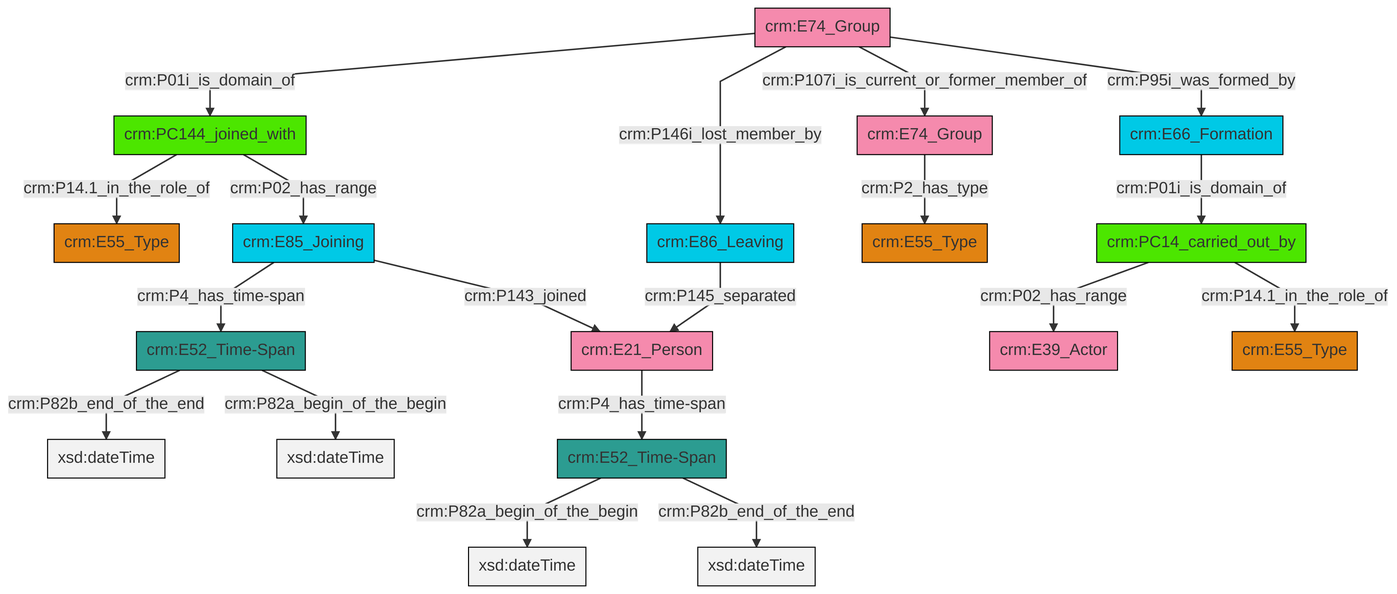
swiss-art-research-net/reference-data-models keeps this Mermaid diagram as et/groupCSV/ttl/mmd/png/group_actor_relations.png. Above is the earlier version. Its source is kept beside it as et/groupCSV/ttl/mmd/group_actor_relations.ttl.mmd.
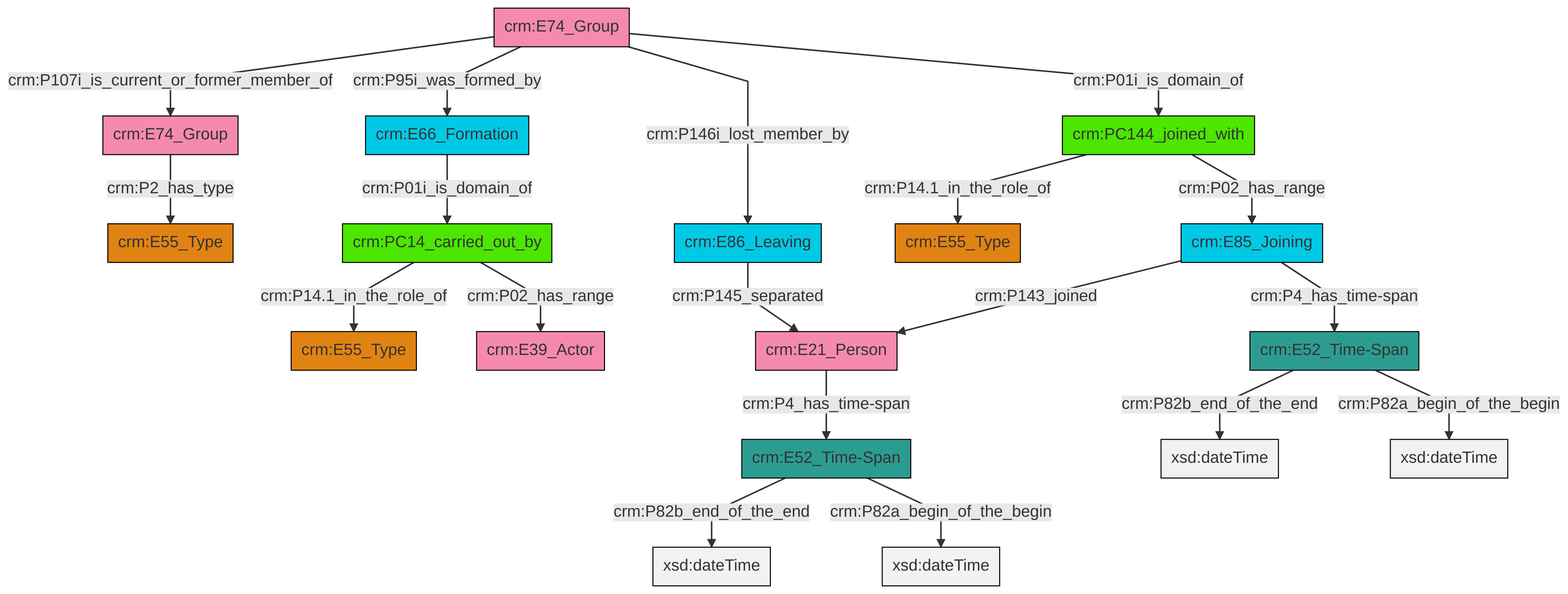
After the commit.

The edit, as a diff of the source:
```diff
@@ -13,21 +13,21 @@
 classDef PC_Classes fill:#4ce600, stroke:#000000;
 classDef Multi fill:#cccccc,stroke:#000000;
 
-0["crm:PC144_joined_with"]:::PC_Classes -->|crm:P14.1_in_the_role_of| 1["crm:E55_Type"]:::Type
-2["crm:E52_Time-Span"]:::Time-Span -->|crm:P82a_begin_of_the_begin| 3[xsd:dateTime]:::Literal
-4["crm:E74_Group"]:::Actor -->|crm:P01i_is_domain_of| 0["crm:PC144_joined_with"]:::PC_Classes
-5["crm:E21_Person"]:::Actor -->|crm:P4_has_time-span| 2["crm:E52_Time-Span"]:::Time-Span
-7["crm:E74_Group"]:::Actor -->|crm:P2_has_type| 8["crm:E55_Type"]:::Type
-9["crm:PC14_carried_out_by"]:::PC_Classes -->|crm:P02_has_range| 10["crm:E39_Actor"]:::Actor
-11["crm:E52_Time-Span"]:::Time-Span -->|crm:P82b_end_of_the_end| 12[xsd:dateTime]:::Literal
-13["crm:E85_Joining"]:::Temporal_Entity -->|crm:P4_has_time-span| 11["crm:E52_Time-Span"]:::Time-Span
-9["crm:PC14_carried_out_by"]:::PC_Classes -->|crm:P14.1_in_the_role_of| 16["crm:E55_Type"]:::Type
-0["crm:PC144_joined_with"]:::PC_Classes -->|crm:P02_has_range| 13["crm:E85_Joining"]:::Temporal_Entity
-4["crm:E74_Group"]:::Actor -->|crm:P146i_lost_member_by| 18["crm:E86_Leaving"]:::Temporal_Entity
-20["crm:E66_Formation"]:::Temporal_Entity -->|crm:P01i_is_domain_of| 9["crm:PC14_carried_out_by"]:::PC_Classes
-13["crm:E85_Joining"]:::Temporal_Entity -->|crm:P143_joined| 5["crm:E21_Person"]:::Actor
-2["crm:E52_Time-Span"]:::Time-Span -->|crm:P82b_end_of_the_end| 26[xsd:dateTime]:::Literal
-4["crm:E74_Group"]:::Actor -->|crm:P107i_is_current_or_former_member_of| 7["crm:E74_Group"]:::Actor
-4["crm:E74_Group"]:::Actor -->|crm:P95i_was_formed_by| 20["crm:E66_Formation"]:::Temporal_Entity
-18["crm:E86_Leaving"]:::Temporal_Entity -->|crm:P145_separated| 5["crm:E21_Person"]:::Actor
-11["crm:E52_Time-Span"]:::Time-Span -->|crm:P82a_begin_of_the_begin| 31[xsd:dateTime]:::Literal
+0["crm:E52_Time-Span"]:::Time-Span -->|crm:P82b_end_of_the_end| 1[xsd:dateTime]:::Literal
+2["crm:E66_Formation"]:::Temporal_Entity -->|crm:P01i_is_domain_of| 3["crm:PC14_carried_out_by"]:::PC_Classes
+6["crm:E74_Group"]:::Actor -->|crm:P2_has_type| 4["crm:E55_Type"]:::Type
+7["crm:E52_Time-Span"]:::Time-Span -->|crm:P82b_end_of_the_end| 8[xsd:dateTime]:::Literal
+9["crm:E74_Group"]:::Actor -->|crm:P107i_is_current_or_former_member_of| 6["crm:E74_Group"]:::Actor
+10["crm:E21_Person"]:::Actor -->|crm:P4_has_time-span| 7["crm:E52_Time-Span"]:::Time-Span
+11["crm:E85_Joining"]:::Temporal_Entity -->|crm:P143_joined| 10["crm:E21_Person"]:::Actor
+9["crm:E74_Group"]:::Actor -->|crm:P95i_was_formed_by| 2["crm:E66_Formation"]:::Temporal_Entity
+15["crm:PC144_joined_with"]:::PC_Classes -->|crm:P14.1_in_the_role_of| 12["crm:E55_Type"]:::Type
+3["crm:PC14_carried_out_by"]:::PC_Classes -->|crm:P14.1_in_the_role_of| 17["crm:E55_Type"]:::Type
+3["crm:PC14_carried_out_by"]:::PC_Classes -->|crm:P02_has_range| 19["crm:E39_Actor"]:::Actor
+9["crm:E74_Group"]:::Actor -->|crm:P146i_lost_member_by| 20["crm:E86_Leaving"]:::Temporal_Entity
+11["crm:E85_Joining"]:::Temporal_Entity -->|crm:P4_has_time-span| 0["crm:E52_Time-Span"]:::Time-Span
+15["crm:PC144_joined_with"]:::PC_Classes -->|crm:P02_has_range| 11["crm:E85_Joining"]:::Temporal_Entity
+9["crm:E74_Group"]:::Actor -->|crm:P01i_is_domain_of| 15["crm:PC144_joined_with"]:::PC_Classes
+20["crm:E86_Leaving"]:::Temporal_Entity -->|crm:P145_separated| 10["crm:E21_Person"]:::Actor
+7["crm:E52_Time-Span"]:::Time-Span -->|crm:P82a_begin_of_the_begin| 31[xsd:dateTime]:::Literal
+0["crm:E52_Time-Span"]:::Time-Span -->|crm:P82a_begin_of_the_begin| 33[xsd:dateTime]:::Literal
```
